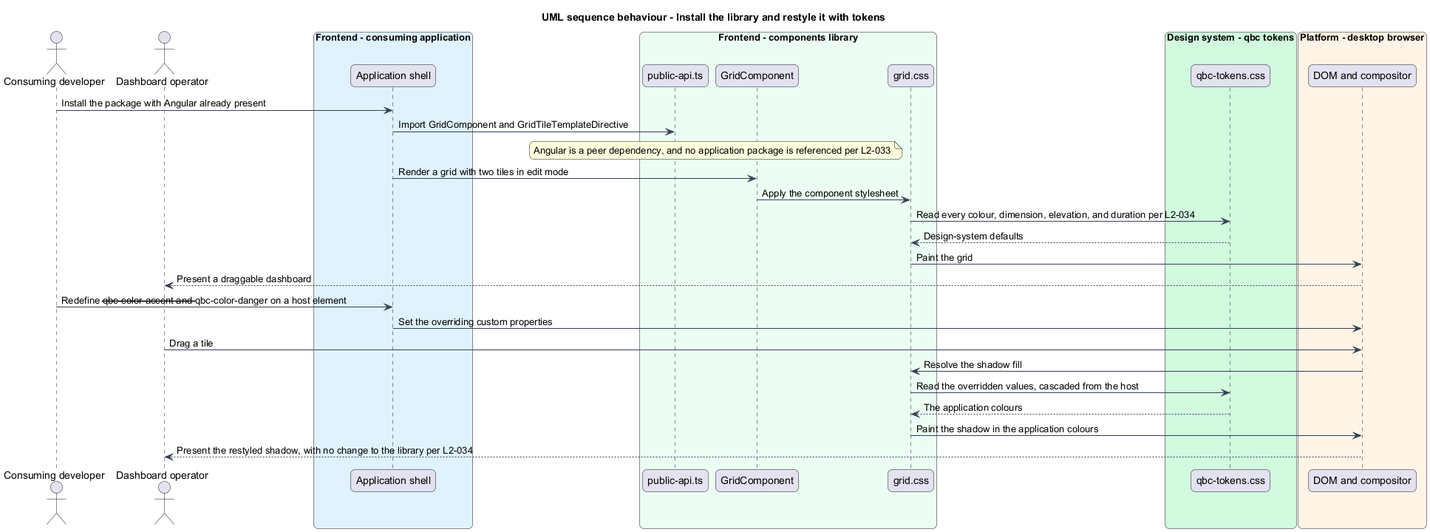
Before: docs/detailed-designs/library-delivery/theme-the-grid/diagrams/sequence-consume-and-restyle.png, a diagram exported from PlantUML (QuinntyneBrown/qbc-grid).
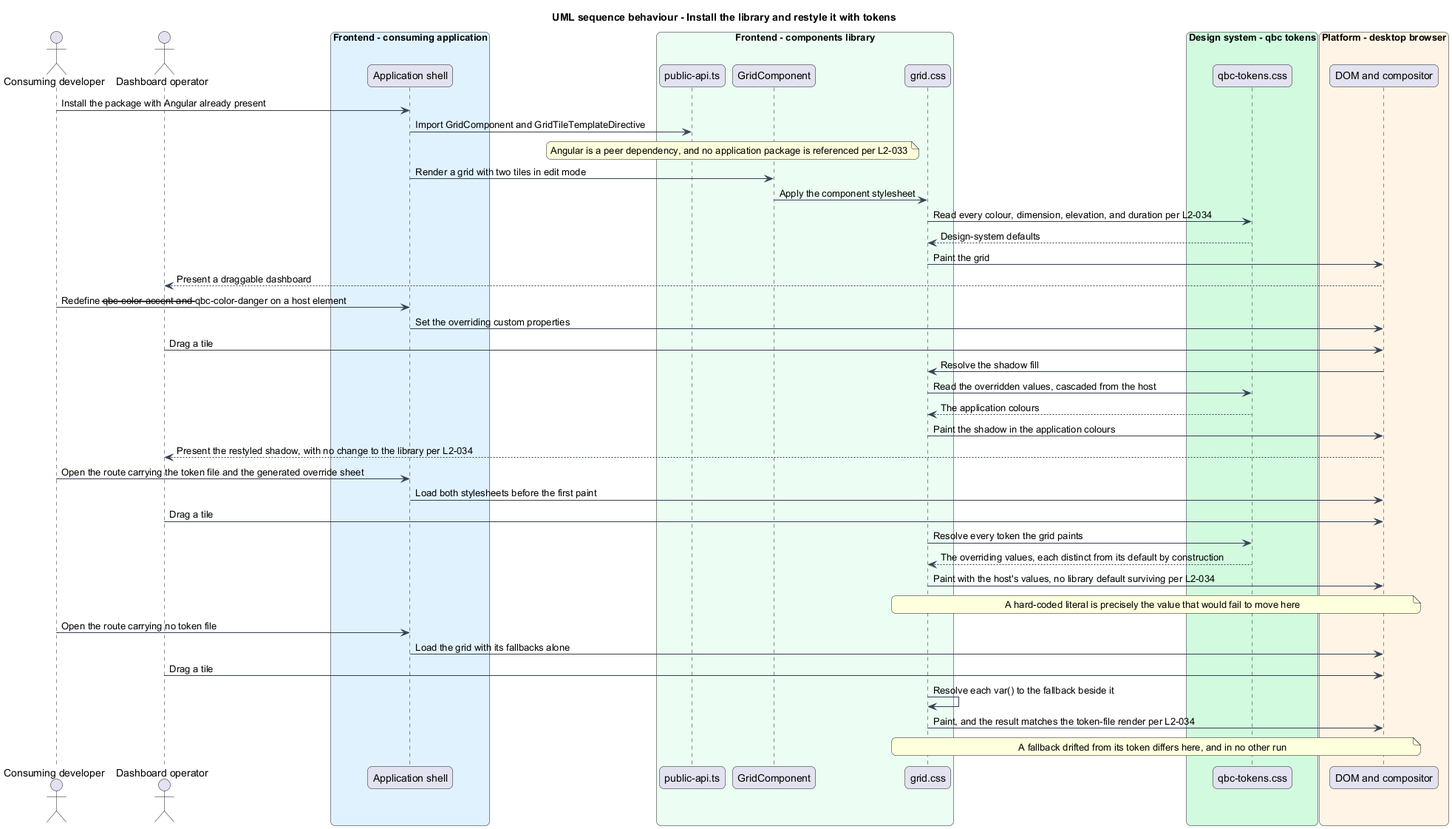
The same file after the commit.

Commit message:
docs: depict the two theming criteria that carry the weight

Change to the diagram source:
```diff
@@ -49,4 +49,19 @@
 tokens --> styles : The application colours
 styles -> dom : Paint the shadow in the application colours
 dom --> operator : Present the restyled shadow, with no change to the library per L2-034
+
+dev -> app : Open the route carrying the token file and the generated override sheet
+app -> dom : Load both stylesheets before the first paint
+operator -> dom : Drag a tile
+styles -> tokens : Resolve every token the grid paints
+tokens --> styles : The overriding values, each distinct from its default by construction
+styles -> dom : Paint with the host's values, no library default surviving per L2-034
+note over styles, dom : A hard-coded literal is precisely the value that would fail to move here
+
+dev -> app : Open the route carrying no token file
+app -> dom : Load the grid with its fallbacks alone
+operator -> dom : Drag a tile
+styles -> styles : Resolve each var() to the fallback beside it
+styles -> dom : Paint, and the result matches the token-file render per L2-034
+note over styles, dom : A fallback drifted from its token differs here, and in no other run
 @enduml
```
